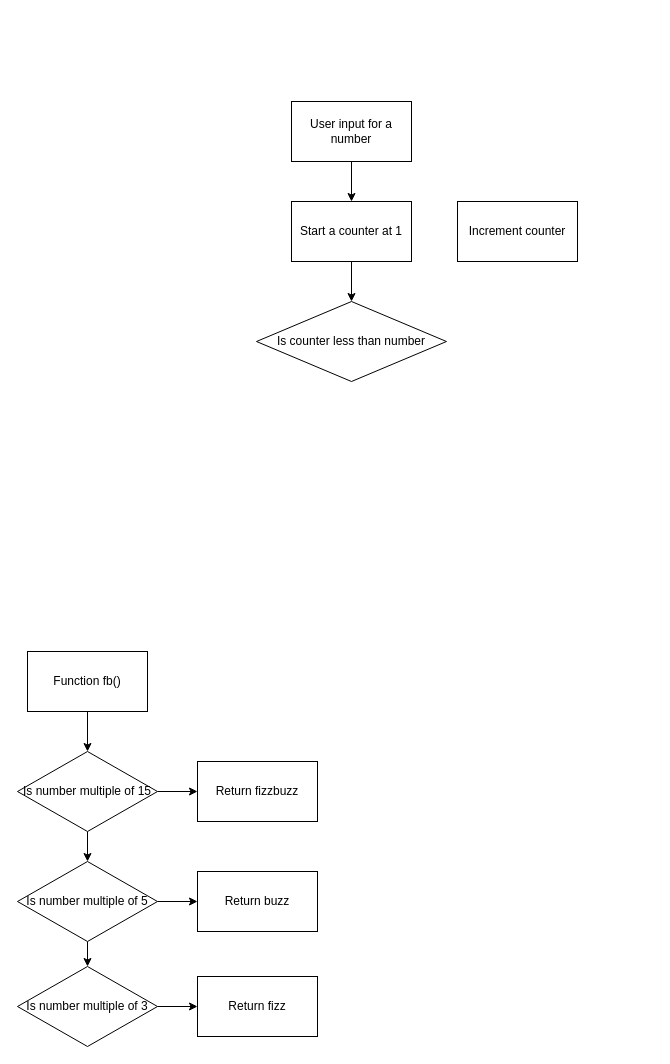
Above: fizzbuzz.drawio in cgs-arthurm/cgs-arthurm (draw.io), before the change. Source tidied: cells renumbered, new cells numbered last; positions are measured from the earlier drawing's top-left corner, leaving out a move shared by most shapes. Both pictures are drawn from the tidied source at 100%, with x=0, y=0 at pixel (17, 101).
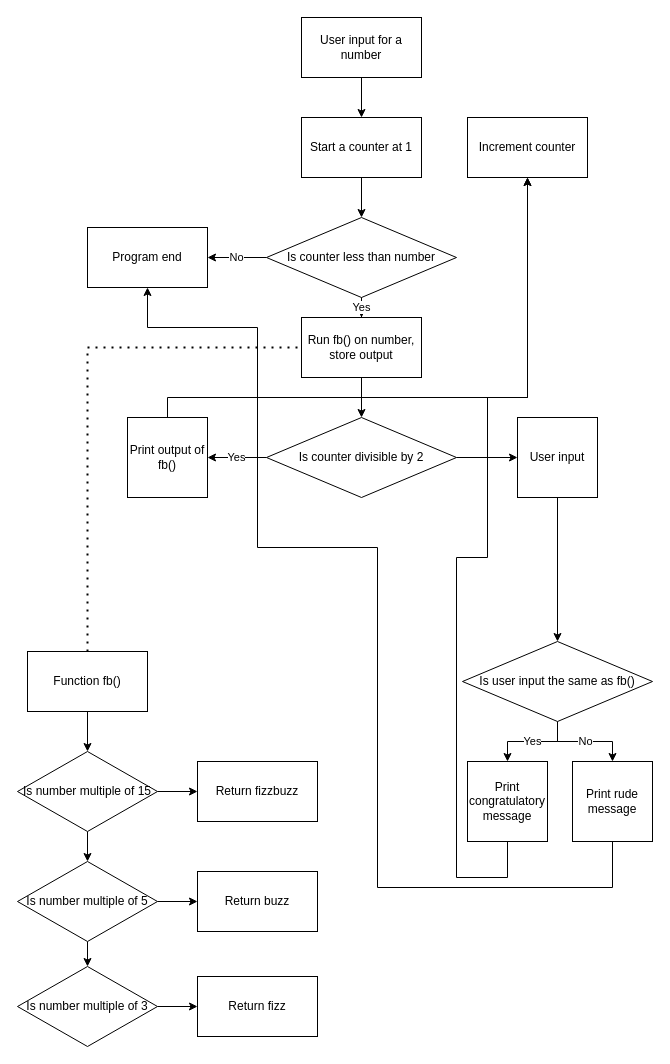
After the change.

Unchanged cells that the change refers to:
```xml
<mxCell id="20" value="Function fb()" style="rounded=0;whiteSpace=wrap;html=1;" parent="1" vertex="1">
  <mxGeometry x="10" y="550" width="120" height="60" as="geometry" />
</mxCell>
```

The edit, as a diff of the source:
```diff
@@
     <mxCell id="3" value="User input for a number" style="rounded=0;whiteSpace=wrap;html=1;" parent="1" vertex="1">
-      <mxGeometry x="274" width="120" height="60" as="geometry" />
+      <mxGeometry x="284" y="-84" width="120" height="60" as="geometry" />
     </mxCell>
@@
     <mxCell id="5" value="Start a counter at 1" style="rounded=0;whiteSpace=wrap;html=1;" parent="1" vertex="1">
-      <mxGeometry x="274" y="100" width="120" height="60" as="geometry" />
+      <mxGeometry x="284" y="16" width="120" height="60" as="geometry" />
     </mxCell>
     <mxCell id="6" value="Increment counter" style="rounded=0;whiteSpace=wrap;html=1;" parent="1" vertex="1">
-      <mxGeometry x="440" y="100" width="120" height="60" as="geometry" />
+      <mxGeometry x="450" y="16" width="120" height="60" as="geometry" />
     </mxCell>
+    <mxCell id="21" value="No" style="edgeStyle=orthogonalEdgeStyle;rounded=0;jettySize=auto;html=1;" parent="1" edge="1" source="7" target="25">
+      <mxGeometry relative="1" as="geometry" />
+    </mxCell>
+    <mxCell id="22" value="Yes" style="edgeStyle=orthogonalEdgeStyle;rounded=0;jettySize=auto;html=1;exitX=0.5;exitY=1;exitDx=0;exitDy=0;" parent="1" edge="1" source="7" target="24">
+      <mxGeometry relative="1" as="geometry" />
+    </mxCell>
     <mxCell id="7" value="Is counter less than number" style="rhombus;whiteSpace=wrap;html=1;" parent="1" vertex="1">
-      <mxGeometry x="239" y="200" width="190" height="80" as="geometry" />
+      <mxGeometry x="249" y="116" width="190" height="80" as="geometry" />
     </mxCell>
@@
+    <mxCell id="23" style="edgeStyle=orthogonalEdgeStyle;rounded=0;jettySize=auto;html=1;" parent="1" edge="1" source="24" target="28">
+      <mxGeometry relative="1" as="geometry" />
+    </mxCell>
+    <mxCell id="24" value="Run fb() on number, store output" style="rounded=0;whiteSpace=wrap;html=1;" parent="1" vertex="1">
+      <mxGeometry x="284" y="216" width="120" height="60" as="geometry" />
+    </mxCell>
+    <mxCell id="25" value="Program end" style="rounded=0;whiteSpace=wrap;html=1;" parent="1" vertex="1">
+      <mxGeometry x="70" y="126" width="120" height="60" as="geometry" />
+    </mxCell>
+    <mxCell id="26" value="Yes" style="edgeStyle=orthogonalEdgeStyle;rounded=0;jettySize=auto;html=1;exitX=0;exitY=0.5;exitDx=0;exitDy=0;entryX=1;entryY=0.5;entryDx=0;entryDy=0;" parent="1" edge="1" source="28" target="31">
+      <mxGeometry relative="1" as="geometry" />
+    </mxCell>
+    <mxCell id="27" style="edgeStyle=orthogonalEdgeStyle;rounded=0;jettySize=auto;html=1;" parent="1" edge="1" source="28" target="33">
+      <mxGeometry relative="1" as="geometry" />
+    </mxCell>
+    <mxCell id="28" value="Is counter divisible by 2" style="rhombus;whiteSpace=wrap;html=1;" parent="1" vertex="1">
+      <mxGeometry x="249" y="316" width="190" height="80" as="geometry" />
+    </mxCell>
+    <mxCell id="29" style="endArrow=none;dashed=1;html=1;dashPattern=1 3;strokeWidth=2;rounded=0;exitX=0.5;exitY=0;exitDx=0;exitDy=0;entryX=0;entryY=0.5;entryDx=0;entryDy=0;" parent="1" edge="1" source="20" target="24">
+      <mxGeometry relative="1" as="geometry">
+        <Array as="points">
+          <mxPoint x="70" y="246" />
+        </Array>
+      </mxGeometry>
+    </mxCell>
+    <mxCell id="30" style="edgeStyle=orthogonalEdgeStyle;rounded=0;jettySize=auto;html=1;entryX=0.5;entryY=1;entryDx=0;entryDy=0;" parent="1" edge="1" source="31" target="6">
+      <mxGeometry relative="1" as="geometry">
+        <Array as="points">
+          <mxPoint x="150" y="296" />
+          <mxPoint x="510" y="296" />
+        </Array>
+      </mxGeometry>
+    </mxCell>
+    <mxCell id="31" value="Print output of fb()" style="whiteSpace=wrap;html=1;" parent="1" vertex="1">
+      <mxGeometry x="110" y="316" width="80" height="80" as="geometry" />
+    </mxCell>
+    <mxCell id="32" style="edgeStyle=orthogonalEdgeStyle;rounded=0;jettySize=auto;html=1;" parent="1" edge="1" source="33" target="36">
+      <mxGeometry relative="1" as="geometry" />
+    </mxCell>
+    <mxCell id="33" value="User input" style="whiteSpace=wrap;html=1;" parent="1" vertex="1">
+      <mxGeometry x="500" y="316" width="80" height="80" as="geometry" />
+    </mxCell>
+    <mxCell id="34" value="No" style="edgeStyle=orthogonalEdgeStyle;rounded=0;jettySize=auto;html=1;" parent="1" edge="1" source="36" target="38">
+      <mxGeometry relative="1" as="geometry" />
+    </mxCell>
+    <mxCell id="35" value="Yes" style="edgeStyle=orthogonalEdgeStyle;rounded=0;jettySize=auto;html=1;entryX=0.5;entryY=0;entryDx=0;entryDy=0;" parent="1" edge="1" source="36" target="39">
+      <mxGeometry relative="1" as="geometry" />
+    </mxCell>
+    <mxCell id="36" value="Is user input the same as fb()" style="rhombus;whiteSpace=wrap;html=1;" parent="1" vertex="1">
+      <mxGeometry x="445" y="540" width="190" height="80" as="geometry" />
+    </mxCell>
+    <mxCell id="37" style="edgeStyle=orthogonalEdgeStyle;rounded=0;jettySize=auto;html=1;entryX=0.5;entryY=1;entryDx=0;entryDy=0;" parent="1" edge="1" source="38" target="25">
+      <mxGeometry relative="1" as="geometry">
+        <Array as="points">
+          <mxPoint x="595" y="786" />
+          <mxPoint x="360" y="786" />
+          <mxPoint x="360" y="446" />
+          <mxPoint x="240" y="446" />
+          <mxPoint x="240" y="226" />
+          <mxPoint x="130" y="226" />
+        </Array>
+      </mxGeometry>
+    </mxCell>
+    <mxCell id="38" value="Print rude message" style="whiteSpace=wrap;html=1;" parent="1" vertex="1">
+      <mxGeometry x="555" y="660" width="80" height="80" as="geometry" />
+    </mxCell>
+    <mxCell id="39" value="Print congratulatory message" style="whiteSpace=wrap;html=1;" parent="1" vertex="1">
+      <mxGeometry x="450" y="660" width="80" height="80" as="geometry" />
+    </mxCell>
+    <mxCell id="40" style="edgeStyle=orthogonalEdgeStyle;rounded=0;jettySize=auto;html=1;entryX=0.5;entryY=1;entryDx=0;entryDy=0;" parent="1" edge="1" target="6">
+      <mxGeometry relative="1" as="geometry">
+        <mxPoint x="490" y="740" as="sourcePoint" />
+        <Array as="points">
+          <mxPoint x="490" y="776" />
+          <mxPoint x="439" y="776" />
+          <mxPoint x="439" y="456" />
+          <mxPoint x="470" y="456" />
+          <mxPoint x="470" y="296" />
+          <mxPoint x="510" y="296" />
+        </Array>
+      </mxGeometry>
+    </mxCell>
```
